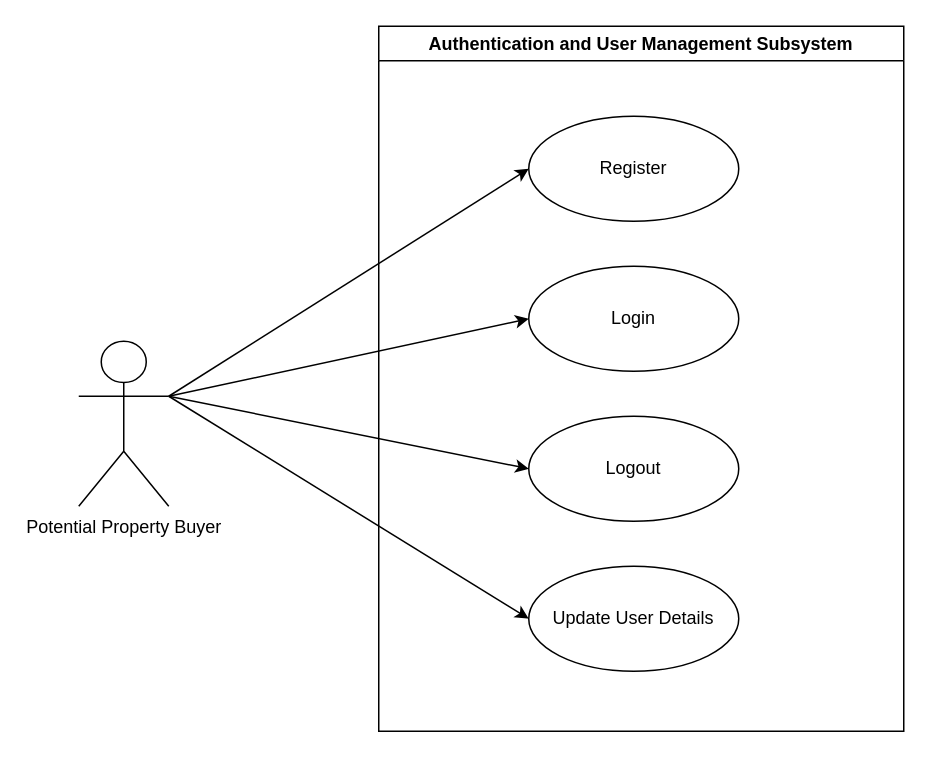
Above: diagrams/use-case diagrams/user-authentication-usecase.drawio in COS301-SE-2023/EstateMatch (draw.io), before the change. Source tidied: cells renumbered, new cells numbered last; positions are measured from the earlier drawing's top-left corner, leaving out a move shared by most shapes. Both pictures are drawn from the tidied source at 150%, with x=0, y=0 at pixel (78, 26).
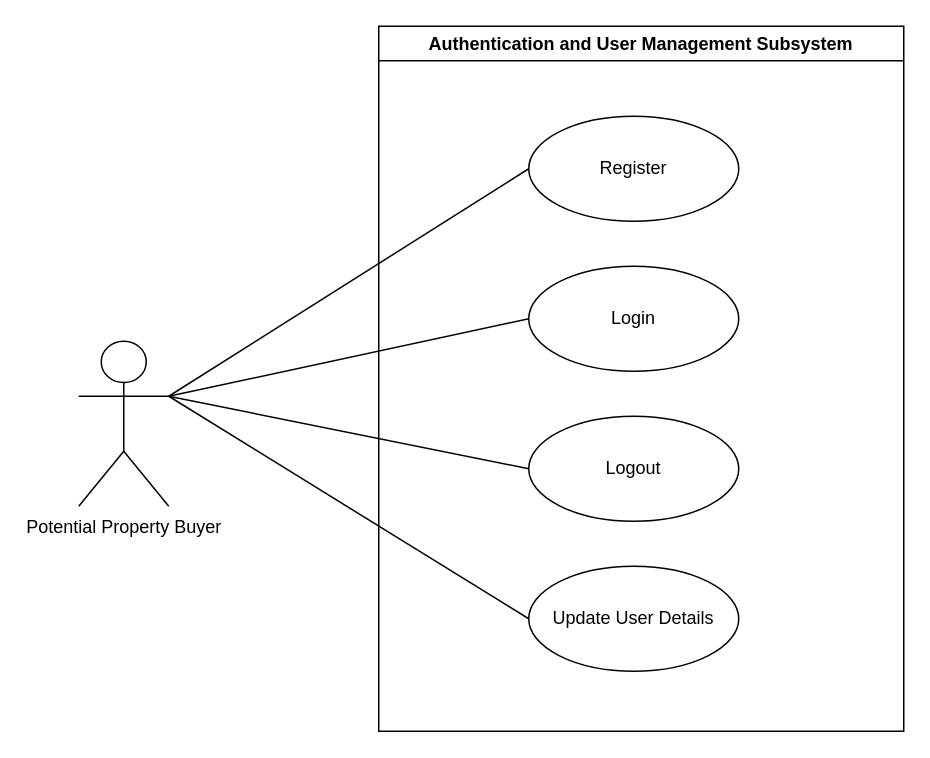
Above is the later version.

Commit message:
📝 (diagram) Fixed user usecase

Change to the diagram source:
```diff
@@
 <mxGraphModel>
   <root>
     <mxCell id="0" />
     <mxCell id="1" parent="0" />
-    <mxCell id="2" style="edgeStyle=none;html=1;exitX=1;exitY=0.3333333333333333;exitDx=0;exitDy=0;exitPerimeter=0;entryX=0;entryY=0.5;entryDx=0;entryDy=0;" parent="1" edge="1" source="6" target="8">
+    <mxCell id="2" style="edgeStyle=none;html=1;exitX=1;exitY=0.3333333333333333;exitDx=0;exitDy=0;exitPerimeter=0;entryX=0;entryY=0.5;entryDx=0;entryDy=0;endArrow=none;endFill=0;" parent="1" edge="1" source="6" target="8">
       <mxGeometry relative="1" as="geometry" />
     </mxCell>
-    <mxCell id="3" style="edgeStyle=none;html=1;exitX=1;exitY=0.3333333333333333;exitDx=0;exitDy=0;exitPerimeter=0;entryX=0;entryY=0.5;entryDx=0;entryDy=0;" parent="1" edge="1" source="6" target="9">
+    <mxCell id="3" style="edgeStyle=none;html=1;exitX=1;exitY=0.3333333333333333;exitDx=0;exitDy=0;exitPerimeter=0;entryX=0;entryY=0.5;entryDx=0;entryDy=0;endArrow=none;endFill=0;" parent="1" edge="1" source="6" target="9">
       <mxGeometry relative="1" as="geometry" />
     </mxCell>
-    <mxCell id="4" style="edgeStyle=none;html=1;exitX=1;exitY=0.3333333333333333;exitDx=0;exitDy=0;exitPerimeter=0;entryX=0;entryY=0.5;entryDx=0;entryDy=0;" parent="1" edge="1" source="6" target="10">
+    <mxCell id="4" style="edgeStyle=none;html=1;exitX=1;exitY=0.3333333333333333;exitDx=0;exitDy=0;exitPerimeter=0;entryX=0;entryY=0.5;entryDx=0;entryDy=0;endArrow=none;endFill=0;" parent="1" edge="1" source="6" target="10">
       <mxGeometry relative="1" as="geometry" />
     </mxCell>
-    <mxCell id="5" style="edgeStyle=none;html=1;exitX=1;exitY=0.3333333333333333;exitDx=0;exitDy=0;exitPerimeter=0;entryX=0;entryY=0.5;entryDx=0;entryDy=0;" parent="1" edge="1" source="6" target="11">
+    <mxCell id="5" style="edgeStyle=none;html=1;exitX=1;exitY=0.3333333333333333;exitDx=0;exitDy=0;exitPerimeter=0;entryX=0;entryY=0.5;entryDx=0;entryDy=0;endArrow=none;endFill=0;" parent="1" edge="1" source="6" target="11">
       <mxGeometry relative="1" as="geometry" />
     </mxCell>
     <mxCell id="6" value="Potential Property Buyer" style="shape=umlActor;verticalLabelPosition=bottom;verticalAlign=top;html=1;" parent="1" vertex="1">
       <mxGeometry y="210" width="60" height="110" as="geometry" />
     </mxCell>
     <mxCell id="7" value="Authentication and User Management Subsystem" style="swimlane;whiteSpace=wrap;html=1;" parent="1" vertex="1">
       <mxGeometry x="200" width="350" height="470" as="geometry" />
     </mxCell>
     <mxCell id="8" value="Register" style="ellipse;whiteSpace=wrap;html=1;" parent="7" vertex="1">
       <mxGeometry x="100" y="60" width="140" height="70" as="geometry" />
     </mxCell>
     <mxCell id="9" value="Login" style="ellipse;whiteSpace=wrap;html=1;" parent="7" vertex="1">
       <mxGeometry x="100" y="160" width="140" height="70" as="geometry" />
     </mxCell>
     <mxCell id="10" value="Logout" style="ellipse;whiteSpace=wrap;html=1;" parent="7" vertex="1">
       <mxGeometry x="100" y="260" width="140" height="70" as="geometry" />
     </mxCell>
     <mxCell id="11" value="Update User Details" style="ellipse;whiteSpace=wrap;html=1;" parent="7" vertex="1">
       <mxGeometry x="100" y="360" width="140" height="70" as="geometry" />
     </mxCell>
   </root>
 </mxGraphModel>
```
